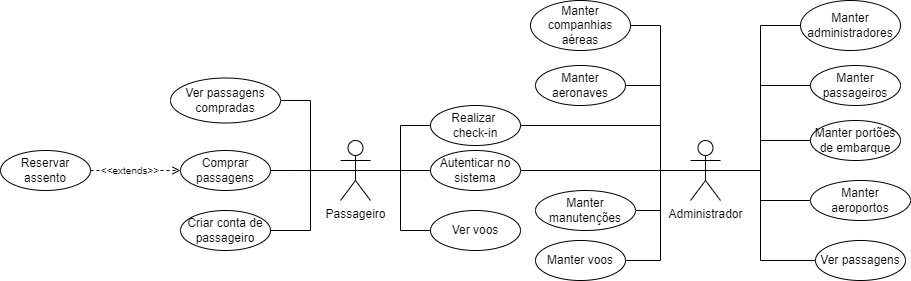
GabrielGMori/trabalho-conclus-o-ano keeps this draw.io diagram as Diagramas/Eng_de_Software/PNG/Casos_de_Uso.png. Above is the earlier version. Source tidied: cells renumbered, new cells last; positions are measured from the earlier drawing's top-left corner, leaving out a move shared by most shapes. Its diagram source:
```xml
<mxGraphModel>
  <root>
    <mxCell id="0" />
    <mxCell id="1" parent="0" />
    <mxCell id="2" style="edgeStyle=orthogonalEdgeStyle;rounded=0;jettySize=auto;html=1;exitX=0.5;exitY=0.5;exitDx=0;exitDy=0;exitPerimeter=0;entryX=0;entryY=0.5;entryDx=0;entryDy=0;endArrow=none;endFill=0;" parent="1" edge="1" source="9" target="30">
      <mxGeometry relative="1" as="geometry">
        <Array as="points">
          <mxPoint x="310" y="170" />
          <mxPoint x="310" y="230" />
        </Array>
      </mxGeometry>
    </mxCell>
    <mxCell id="3" style="edgeStyle=orthogonalEdgeStyle;rounded=0;jettySize=auto;html=1;exitX=0.5;exitY=0.5;exitDx=0;exitDy=0;exitPerimeter=0;entryX=0;entryY=0.5;entryDx=0;entryDy=0;endArrow=none;endFill=0;" parent="1" edge="1" source="9" target="35">
      <mxGeometry relative="1" as="geometry">
        <Array as="points">
          <mxPoint x="400" y="170" />
          <mxPoint x="400" y="230" />
        </Array>
      </mxGeometry>
    </mxCell>
    <mxCell id="4" style="edgeStyle=orthogonalEdgeStyle;rounded=0;jettySize=auto;html=1;exitX=0.5;exitY=0.5;exitDx=0;exitDy=0;exitPerimeter=0;entryX=1;entryY=0.5;entryDx=0;entryDy=0;endArrow=none;endFill=0;" parent="1" edge="1" source="9" target="21">
      <mxGeometry relative="1" as="geometry">
        <Array as="points">
          <mxPoint x="290" y="170" />
          <mxPoint x="290" y="170" />
        </Array>
      </mxGeometry>
    </mxCell>
    <mxCell id="5" style="edgeStyle=orthogonalEdgeStyle;rounded=0;jettySize=auto;html=1;exitX=0.5;exitY=0.5;exitDx=0;exitDy=0;exitPerimeter=0;entryX=1;entryY=0.5;entryDx=0;entryDy=0;endArrow=none;endFill=0;" parent="1" edge="1" source="9" target="22">
      <mxGeometry relative="1" as="geometry">
        <Array as="points">
          <mxPoint x="400" y="170" />
          <mxPoint x="400" y="125" />
        </Array>
      </mxGeometry>
    </mxCell>
    <mxCell id="6" style="edgeStyle=orthogonalEdgeStyle;rounded=0;jettySize=auto;html=1;exitX=0.5;exitY=0.5;exitDx=0;exitDy=0;exitPerimeter=0;entryX=0;entryY=0.5;entryDx=0;entryDy=0;endArrow=none;endFill=0;" parent="1" edge="1" source="9" target="20">
      <mxGeometry relative="1" as="geometry" />
    </mxCell>
    <mxCell id="7" style="edgeStyle=orthogonalEdgeStyle;rounded=0;jettySize=auto;html=1;exitX=0.5;exitY=0.5;exitDx=0;exitDy=0;exitPerimeter=0;entryX=0;entryY=0.5;entryDx=0;entryDy=0;strokeColor=default;endArrow=none;endFill=0;" parent="1" edge="1" source="9" target="20">
      <mxGeometry relative="1" as="geometry" />
    </mxCell>
    <mxCell id="8" style="edgeStyle=orthogonalEdgeStyle;rounded=0;jettySize=auto;html=1;exitX=0.5;exitY=0.5;exitDx=0;exitDy=0;exitPerimeter=0;entryX=1;entryY=0.5;entryDx=0;entryDy=0;endArrow=none;endFill=0;" parent="1" edge="1" source="9" target="34">
      <mxGeometry relative="1" as="geometry">
        <Array as="points">
          <mxPoint x="310" y="170" />
          <mxPoint x="310" y="100" />
        </Array>
      </mxGeometry>
    </mxCell>
    <mxCell id="9" value="Passageiro" style="shape=umlActor;verticalLabelPosition=bottom;verticalAlign=top;html=1;outlineConnect=0;" parent="1" vertex="1">
      <mxGeometry x="340" y="140" width="30" height="60" as="geometry" />
    </mxCell>
    <mxCell id="10" style="edgeStyle=orthogonalEdgeStyle;rounded=0;orthogonalLoop=1;jettySize=auto;html=1;exitX=0.5;exitY=0.5;exitDx=0;exitDy=0;exitPerimeter=0;entryX=0;entryY=0.5;entryDx=0;entryDy=0;endArrow=none;endFill=0;" parent="1" edge="1">
      <mxGeometry relative="1" as="geometry">
        <mxPoint x="705" y="160" as="sourcePoint" />
        <mxPoint x="810" y="200" as="targetPoint" />
        <Array as="points">
          <mxPoint x="705" y="170" />
          <mxPoint x="760" y="170" />
          <mxPoint x="760" y="200" />
        </Array>
      </mxGeometry>
    </mxCell>
    <mxCell id="11" style="edgeStyle=orthogonalEdgeStyle;rounded=0;jettySize=auto;html=1;exitX=0.5;exitY=0.5;exitDx=0;exitDy=0;exitPerimeter=0;entryX=0;entryY=0.5;entryDx=0;entryDy=0;endArrow=none;endFill=0;" parent="1" edge="1" source="19" target="26">
      <mxGeometry relative="1" as="geometry">
        <Array as="points">
          <mxPoint x="760" y="170" />
          <mxPoint x="760" y="140" />
        </Array>
      </mxGeometry>
    </mxCell>
    <mxCell id="12" style="edgeStyle=orthogonalEdgeStyle;rounded=0;jettySize=auto;html=1;exitX=0.5;exitY=0.5;exitDx=0;exitDy=0;exitPerimeter=0;entryX=0;entryY=0.5;entryDx=0;entryDy=0;endArrow=none;endFill=0;" parent="1" edge="1" source="19" target="29">
      <mxGeometry relative="1" as="geometry">
        <Array as="points">
          <mxPoint x="760" y="170" />
          <mxPoint x="760" y="260" />
        </Array>
      </mxGeometry>
    </mxCell>
    <mxCell id="13" style="edgeStyle=orthogonalEdgeStyle;rounded=0;jettySize=auto;html=1;exitX=0.5;exitY=0.5;exitDx=0;exitDy=0;exitPerimeter=0;entryX=1;entryY=0.5;entryDx=0;entryDy=0;endArrow=none;endFill=0;" parent="1" edge="1" source="19" target="27">
      <mxGeometry relative="1" as="geometry">
        <Array as="points">
          <mxPoint x="660" y="170" />
          <mxPoint x="660" y="25" />
        </Array>
      </mxGeometry>
    </mxCell>
    <mxCell id="14" style="edgeStyle=orthogonalEdgeStyle;rounded=0;jettySize=auto;html=1;exitX=0.5;exitY=0.5;exitDx=0;exitDy=0;exitPerimeter=0;entryX=1;entryY=0.5;entryDx=0;entryDy=0;endArrow=none;endFill=0;" parent="1" edge="1" source="19" target="24">
      <mxGeometry relative="1" as="geometry">
        <Array as="points">
          <mxPoint x="660" y="170" />
          <mxPoint x="660" y="85" />
        </Array>
      </mxGeometry>
    </mxCell>
    <mxCell id="15" style="edgeStyle=orthogonalEdgeStyle;rounded=0;jettySize=auto;html=1;exitX=0.5;exitY=0.5;exitDx=0;exitDy=0;exitPerimeter=0;entryX=1;entryY=0.5;entryDx=0;entryDy=0;endArrow=none;endFill=0;" parent="1" edge="1" source="19" target="28">
      <mxGeometry relative="1" as="geometry">
        <Array as="points">
          <mxPoint x="660" y="170" />
          <mxPoint x="660" y="210" />
        </Array>
      </mxGeometry>
    </mxCell>
    <mxCell id="16" style="edgeStyle=orthogonalEdgeStyle;rounded=0;jettySize=auto;html=1;endArrow=none;endFill=0;entryX=1;entryY=0.5;entryDx=0;entryDy=0;" parent="1" edge="1" source="19" target="23">
      <mxGeometry relative="1" as="geometry">
        <Array as="points">
          <mxPoint x="660" y="170" />
          <mxPoint x="660" y="260" />
        </Array>
      </mxGeometry>
    </mxCell>
    <mxCell id="17" style="edgeStyle=orthogonalEdgeStyle;rounded=0;jettySize=auto;html=1;exitX=0.5;exitY=0.5;exitDx=0;exitDy=0;exitPerimeter=0;entryX=0.5;entryY=1;entryDx=0;entryDy=0;endArrow=none;endFill=0;" parent="1" edge="1" source="19" target="33">
      <mxGeometry relative="1" as="geometry">
        <Array as="points">
          <mxPoint x="760" y="170" />
          <mxPoint x="760" y="25" />
          <mxPoint x="850" y="25" />
        </Array>
      </mxGeometry>
    </mxCell>
    <mxCell id="18" style="edgeStyle=orthogonalEdgeStyle;rounded=0;jettySize=auto;html=1;exitX=0.5;exitY=0.5;exitDx=0;exitDy=0;exitPerimeter=0;entryX=1;entryY=0.5;entryDx=0;entryDy=0;endArrow=none;endFill=0;" parent="1" edge="1" source="19" target="20">
      <mxGeometry relative="1" as="geometry">
        <Array as="points">
          <mxPoint x="520" y="170" />
        </Array>
      </mxGeometry>
    </mxCell>
    <mxCell id="19" value="Administrador" style="shape=umlActor;verticalLabelPosition=bottom;verticalAlign=top;html=1;outlineConnect=0;" parent="1" vertex="1">
      <mxGeometry x="690" y="140" width="30" height="60" as="geometry" />
    </mxCell>
    <mxCell id="20" value="&lt;div&gt;Autenticar no&lt;/div&gt;&lt;div&gt;sistema&lt;br&gt;&lt;/div&gt;" style="ellipse;whiteSpace=wrap;html=1;" parent="1" vertex="1">
      <mxGeometry x="430" y="150" width="90" height="40" as="geometry" />
    </mxCell>
    <mxCell id="21" value="Comprar passagens" style="ellipse;whiteSpace=wrap;html=1;" parent="1" vertex="1">
      <mxGeometry x="180" y="150" width="90" height="40" as="geometry" />
    </mxCell>
    <mxCell id="22" value="&lt;div&gt;Realizar&amp;nbsp;&lt;/div&gt;&lt;div&gt;check-in&lt;/div&gt;" style="ellipse;whiteSpace=wrap;html=1;" parent="1" vertex="1">
      <mxGeometry x="430" y="105" width="90" height="40" as="geometry" />
    </mxCell>
    <mxCell id="23" value="Manter voos" style="ellipse;whiteSpace=wrap;html=1;" parent="1" vertex="1">
      <mxGeometry x="535" y="240" width="90" height="40" as="geometry" />
    </mxCell>
    <mxCell id="24" value="Manter aeronaves" style="ellipse;whiteSpace=wrap;html=1;" parent="1" vertex="1">
      <mxGeometry x="535" y="65" width="90" height="40" as="geometry" />
    </mxCell>
    <mxCell id="25" value="Manter aeroportos" style="ellipse;whiteSpace=wrap;html=1;" parent="1" vertex="1">
      <mxGeometry x="810" y="180" width="100" height="40" as="geometry" />
    </mxCell>
    <mxCell id="26" value="Manter portões de embarque" style="ellipse;whiteSpace=wrap;html=1;" parent="1" vertex="1">
      <mxGeometry x="810" y="120" width="90" height="40" as="geometry" />
    </mxCell>
    <mxCell id="27" value="Manter companhias aéreas" style="ellipse;whiteSpace=wrap;html=1;" parent="1" vertex="1">
      <mxGeometry x="530" width="100" height="50" as="geometry" />
    </mxCell>
    <mxCell id="28" value="Manter manutenções" style="ellipse;whiteSpace=wrap;html=1;" parent="1" vertex="1">
      <mxGeometry x="535" y="190" width="100" height="40" as="geometry" />
    </mxCell>
    <mxCell id="29" value="Ver passagens" style="ellipse;whiteSpace=wrap;html=1;" parent="1" vertex="1">
      <mxGeometry x="815" y="240" width="90" height="40" as="geometry" />
    </mxCell>
    <mxCell id="30" value="Criar conta de passageiro" style="ellipse;whiteSpace=wrap;html=1;" parent="1" vertex="1">
      <mxGeometry x="180" y="210" width="90" height="40" as="geometry" />
    </mxCell>
    <mxCell id="31" style="edgeStyle=orthogonalEdgeStyle;rounded=0;jettySize=auto;html=1;exitX=0.5;exitY=0.5;exitDx=0;exitDy=0;exitPerimeter=0;entryX=0.5;entryY=0;entryDx=0;entryDy=0;endArrow=none;endFill=0;" parent="1" edge="1" source="19" target="32">
      <mxGeometry relative="1" as="geometry">
        <Array as="points">
          <mxPoint x="760" y="170" />
          <mxPoint x="760" y="85" />
          <mxPoint x="865" y="85" />
          <mxPoint x="865" y="90" />
          <mxPoint x="855" y="90" />
        </Array>
      </mxGeometry>
    </mxCell>
    <mxCell id="32" value="Manter passageiros" style="ellipse;whiteSpace=wrap;html=1;" parent="1" vertex="1">
      <mxGeometry x="810" y="65" width="90" height="40" as="geometry" />
    </mxCell>
    <mxCell id="33" value="Manter administradores" style="ellipse;whiteSpace=wrap;html=1;" parent="1" vertex="1">
      <mxGeometry x="800" width="100" height="50" as="geometry" />
    </mxCell>
    <mxCell id="34" value="Ver passagens compradas" style="ellipse;whiteSpace=wrap;html=1;" parent="1" vertex="1">
      <mxGeometry x="170" y="77.5" width="110" height="45" as="geometry" />
    </mxCell>
    <mxCell id="35" value="Ver voos" style="ellipse;whiteSpace=wrap;html=1;" parent="1" vertex="1">
      <mxGeometry x="430" y="210" width="90" height="40" as="geometry" />
    </mxCell>
    <mxCell id="36" value="Reservar assento" style="ellipse;whiteSpace=wrap;html=1;" parent="1" vertex="1">
      <mxGeometry y="150" width="90" height="40" as="geometry" />
    </mxCell>
    <mxCell id="37" style="edgeStyle=orthogonalEdgeStyle;rounded=0;jettySize=auto;html=1;exitX=1;exitY=0.5;exitDx=0;exitDy=0;entryX=0;entryY=0.5;entryDx=0;entryDy=0;dashed=1;endArrow=open;endFill=0;startArrow=none;startFill=0;" parent="1" edge="1" source="39" target="21">
      <mxGeometry relative="1" as="geometry">
        <Array as="points">
          <mxPoint x="170" y="170" />
        </Array>
      </mxGeometry>
    </mxCell>
    <mxCell id="38" style="edgeStyle=orthogonalEdgeStyle;rounded=0;jettySize=auto;html=1;exitX=1;exitY=0.5;exitDx=0;exitDy=0;entryX=0;entryY=0.5;entryDx=0;entryDy=0;dashed=1;endArrow=none;endFill=0;startArrow=none;startFill=0;" parent="1" edge="1" source="36" target="39">
      <mxGeometry relative="1" as="geometry" />
    </mxCell>
    <mxCell id="39" value="&lt;font style=&quot;font-size: 10px;&quot;&gt;&amp;lt;&amp;lt;extends&amp;gt;&amp;gt;&lt;/font&gt;" style="text;html=1;align=center;verticalAlign=middle;whiteSpace=wrap;rounded=0;rotation=0;" parent="1" vertex="1">
      <mxGeometry x="100" y="160" width="60" height="20" as="geometry" />
    </mxCell>
    <mxCell id="40" style="edgeStyle=orthogonalEdgeStyle;rounded=0;jettySize=auto;html=1;exitX=0.5;exitY=0.5;exitDx=0;exitDy=0;exitPerimeter=0;entryX=1;entryY=0.5;entryDx=0;entryDy=0;endArrow=none;endFill=0;" parent="1" edge="1" source="19" target="22">
      <mxGeometry relative="1" as="geometry">
        <Array as="points">
          <mxPoint x="660" y="170" />
          <mxPoint x="660" y="125" />
        </Array>
      </mxGeometry>
    </mxCell>
  </root>
</mxGraphModel>
```
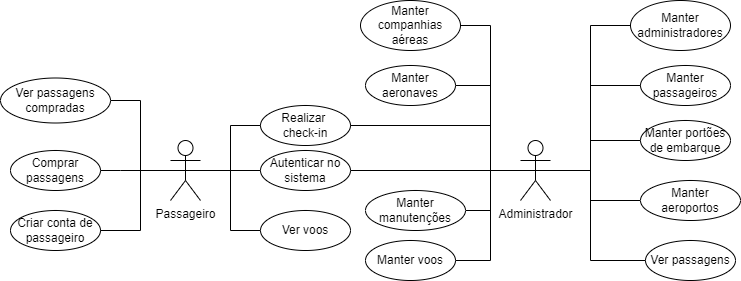
The same diagram one commit later.

What changed in the source:
```diff
@@ -185,22 +185,6 @@
     <mxCell id="35" value="Ver voos" style="ellipse;whiteSpace=wrap;html=1;" parent="1" vertex="1">
       <mxGeometry x="430" y="210" width="90" height="40" as="geometry" />
     </mxCell>
-    <mxCell id="36" value="Reservar assento" style="ellipse;whiteSpace=wrap;html=1;" parent="1" vertex="1">
-      <mxGeometry y="150" width="90" height="40" as="geometry" />
-    </mxCell>
-    <mxCell id="37" style="edgeStyle=orthogonalEdgeStyle;rounded=0;jettySize=auto;html=1;exitX=1;exitY=0.5;exitDx=0;exitDy=0;entryX=0;entryY=0.5;entryDx=0;entryDy=0;dashed=1;endArrow=open;endFill=0;startArrow=none;startFill=0;" parent="1" edge="1" source="39" target="21">
-      <mxGeometry relative="1" as="geometry">
-        <Array as="points">
-          <mxPoint x="170" y="170" />
-        </Array>
-      </mxGeometry>
-    </mxCell>
-    <mxCell id="38" style="edgeStyle=orthogonalEdgeStyle;rounded=0;jettySize=auto;html=1;exitX=1;exitY=0.5;exitDx=0;exitDy=0;entryX=0;entryY=0.5;entryDx=0;entryDy=0;dashed=1;endArrow=none;endFill=0;startArrow=none;startFill=0;" parent="1" edge="1" source="36" target="39">
-      <mxGeometry relative="1" as="geometry" />
-    </mxCell>
-    <mxCell id="39" value="&lt;font style=&quot;font-size: 10px;&quot;&gt;&amp;lt;&amp;lt;extends&amp;gt;&amp;gt;&lt;/font&gt;" style="text;html=1;align=center;verticalAlign=middle;whiteSpace=wrap;rounded=0;rotation=0;" parent="1" vertex="1">
-      <mxGeometry x="100" y="160" width="60" height="20" as="geometry" />
-    </mxCell>
     <mxCell id="40" style="edgeStyle=orthogonalEdgeStyle;rounded=0;jettySize=auto;html=1;exitX=0.5;exitY=0.5;exitDx=0;exitDy=0;exitPerimeter=0;entryX=1;entryY=0.5;entryDx=0;entryDy=0;endArrow=none;endFill=0;" parent="1" edge="1" source="19" target="22">
       <mxGeometry relative="1" as="geometry">
         <Array as="points">
```
